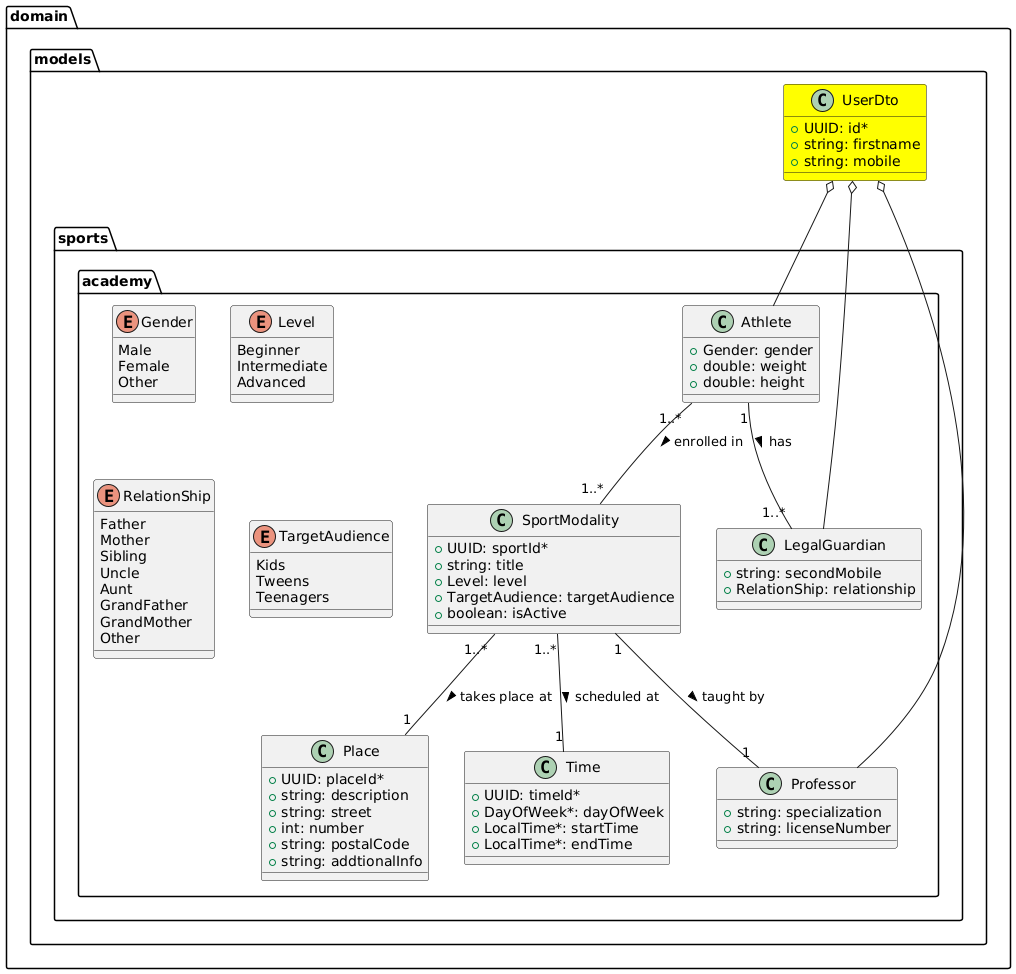
This is docs/sports.academy.png from miw-upm/apaw-practice, a PlantUML export, as it was before one commit. The source it was exported from:
```plantuml
@startuml
package "domain" {
    package "models" {

    class UserDto #yellow {
        +UUID: id*
        +string: firstname
        +string: mobile
    }

    package "sports.academy" {

        class Athlete {
            +Gender: gender
            +double: weight
            +double: height
        }

        class LegalGuardian {
            +string: secondMobile
            +RelationShip: relationship
        }

        class Professor {
            +string: specialization
            +string: licenseNumber
        }

        class SportModality {
            +UUID: sportId*
            +string: title
            +Level: level
            +TargetAudience: targetAudience
            +boolean: isActive
        }

        class Place {
            +UUID: placeId*
            +string: description
            +string: street
            +int: number
            +string: postalCode
            +string: addtionalInfo
        }

        class Time {
            +UUID: timeId*
            +DayOfWeek*: dayOfWeek
            +LocalTime*: startTime
            +LocalTime*: endTime
        }

        enum Gender {
            Male
            Female
            Other
        }

        enum Level {
            Beginner
            Intermediate
            Advanced
        }

        enum RelationShip {
            Father
            Mother
            Sibling
            Uncle
            Aunt
            GrandFather
            GrandMother
            Other
        }

        enum TargetAudience {
            Kids
            Tweens
            Teenagers
        }

        Athlete "1" -- "1..*" LegalGuardian : has >
        Athlete "1..*" -- "1..*" SportModality : enrolled in >
        SportModality "1" -- "1" Professor : taught by >
        SportModality "1..*" -- "1" Place : takes place at >
        SportModality "1..*" -- "1" Time : scheduled at >

        UserDto o-- Athlete
        UserDto o-- LegalGuardian
        UserDto o-- Professor

    }
}
@enduml
```
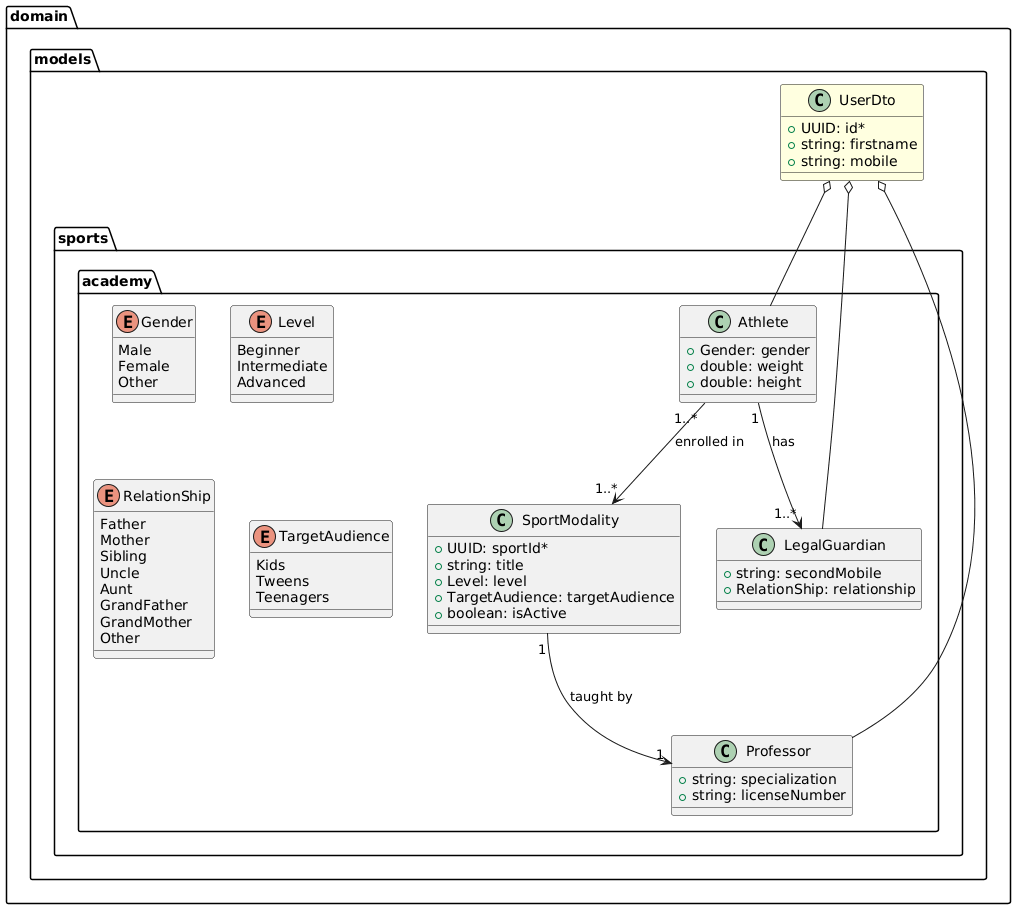
After the change.

Commit message:
Remove time and place from sports academy model #1143

What changed in the source:
```diff
@@ -2,7 +2,7 @@
 package "domain" {
     package "models" {
 
-    class UserDto #yellow {
+    class UserDto #LightYellow {
         +UUID: id*
         +string: firstname
         +string: mobile
@@ -34,22 +34,6 @@
             +boolean: isActive
         }
 
-        class Place {
-            +UUID: placeId*
-            +string: description
-            +string: street
-            +int: number
-            +string: postalCode
-            +string: addtionalInfo
-        }
-
-        class Time {
-            +UUID: timeId*
-            +DayOfWeek*: dayOfWeek
-            +LocalTime*: startTime
-            +LocalTime*: endTime
-        }
-
         enum Gender {
             Male
             Female
@@ -79,11 +63,9 @@
             Teenagers
         }
 
-        Athlete "1" -- "1..*" LegalGuardian : has >
-        Athlete "1..*" -- "1..*" SportModality : enrolled in >
-        SportModality "1" -- "1" Professor : taught by >
-        SportModality "1..*" -- "1" Place : takes place at >
-        SportModality "1..*" -- "1" Time : scheduled at >
+        Athlete "1" --> "1..*" LegalGuardian : has
+        Athlete "1..*" --> "1..*" SportModality : enrolled in
+        SportModality "1" --> "1" Professor : taught by
 
         UserDto o-- Athlete
         UserDto o-- LegalGuardian
```
